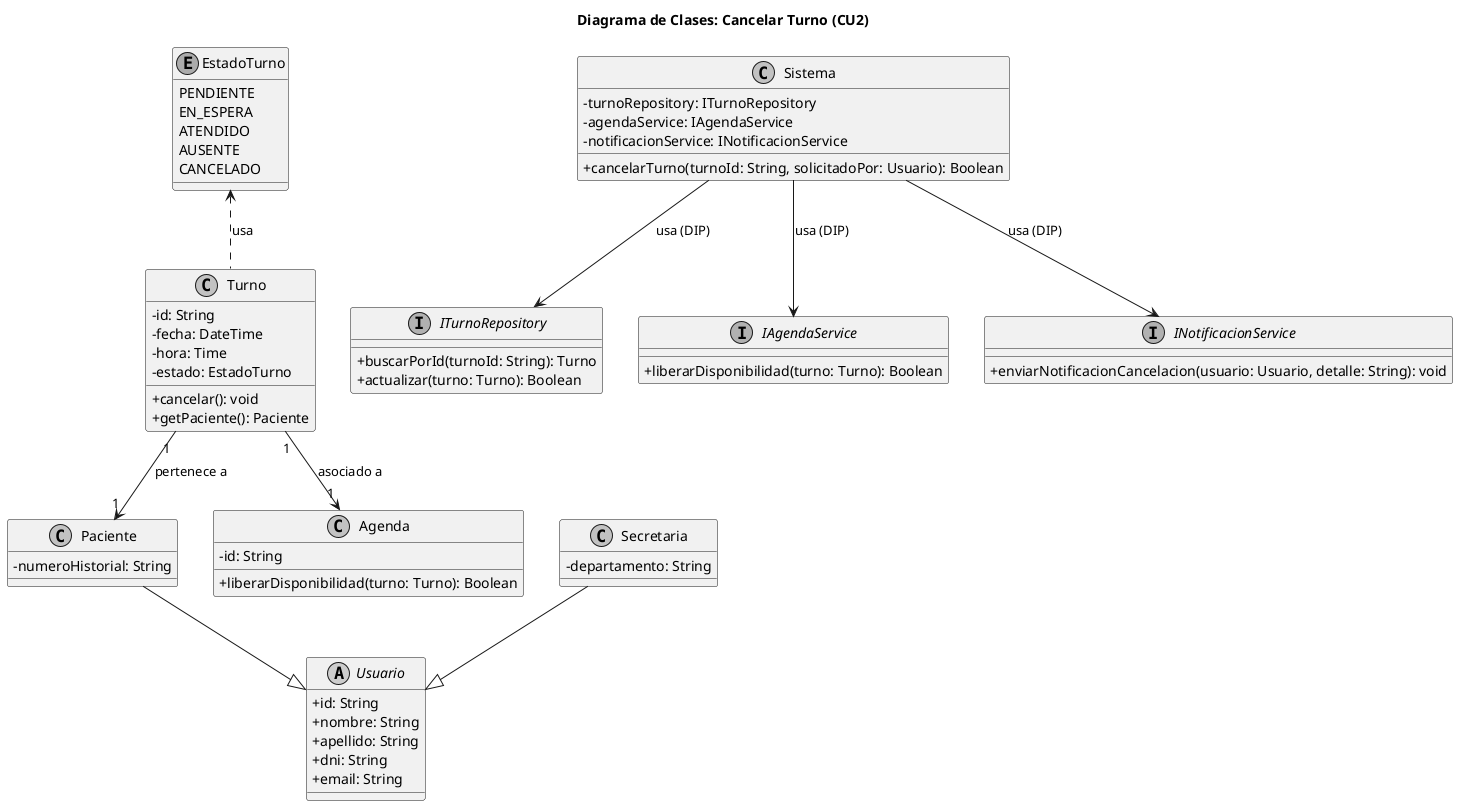
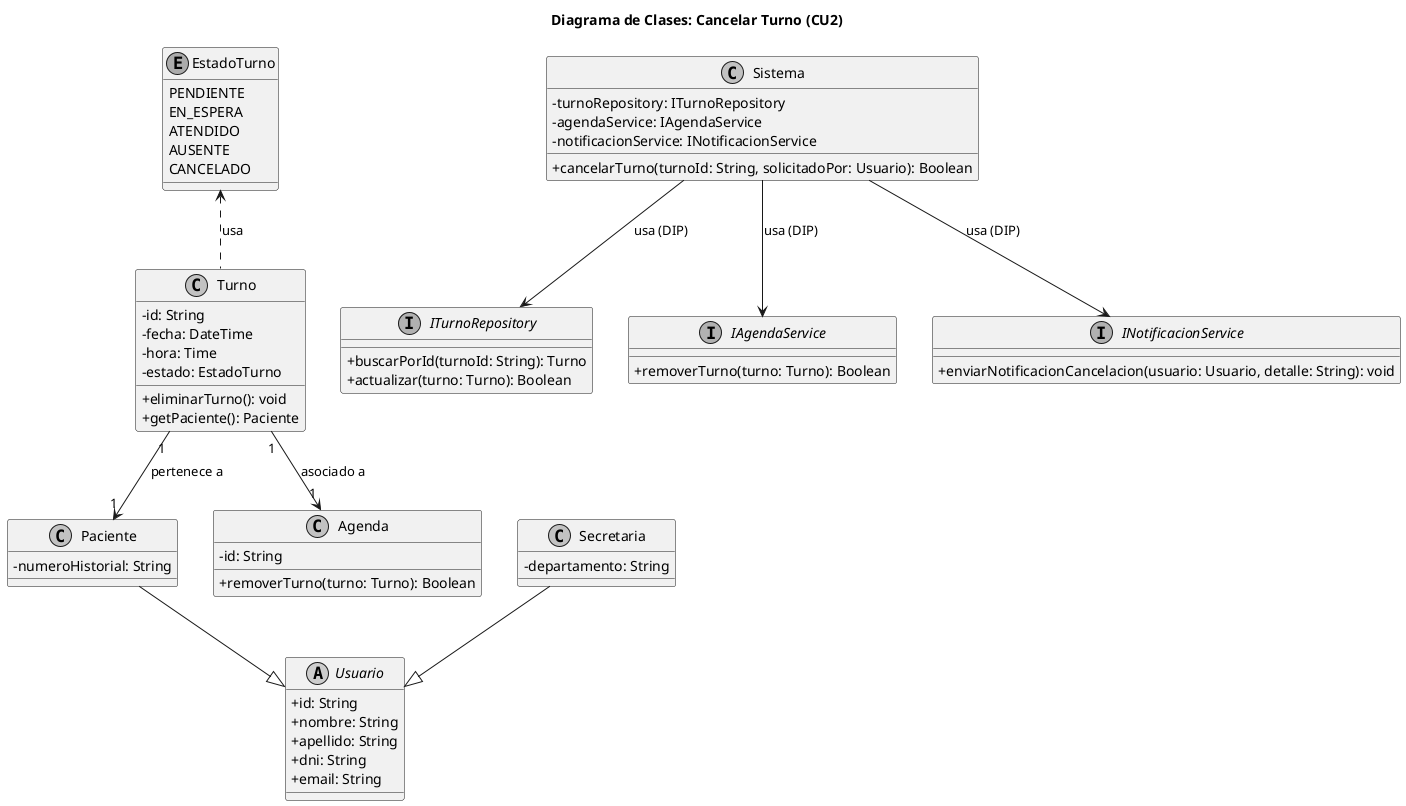
@startuml 02-clases-cancelar-turno-02
title Diagrama de Clases: Cancelar Turno (CU2)

skinparam classAttributeIconSize 0
skinparam monochrome true

abstract class Usuario {
    +id: String
    +nombre: String
    +apellido: String
    +dni: String
    +email: String
}

class Paciente {
    -numeroHistorial: String
}

class Secretaria {
    -departamento: String
}

class Turno {
    -id: String
    -fecha: DateTime
    -hora: Time
    -estado: EstadoTurno
-     +cancelar(): void
+     +eliminarTurno(): void
    +getPaciente(): Paciente
}

class Agenda {
    -id: String
-     +liberarDisponibilidad(turno: Turno): Boolean
+     +removerTurno(turno: Turno): Boolean
}

enum EstadoTurno {
    PENDIENTE
    EN_ESPERA
    ATENDIDO
    AUSENTE
    CANCELADO
}

interface ITurnoRepository {
    +buscarPorId(turnoId: String): Turno
    +actualizar(turno: Turno): Boolean
}

interface IAgendaService {
-     +liberarDisponibilidad(turno: Turno): Boolean
+     +removerTurno(turno: Turno): Boolean
}

interface INotificacionService {
    +enviarNotificacionCancelacion(usuario: Usuario, detalle: String): void
}

class Sistema {
    -turnoRepository: ITurnoRepository
    -agendaService: IAgendaService
    -notificacionService: INotificacionService
    +cancelarTurno(turnoId: String, solicitadoPor: Usuario): Boolean
}

Paciente --|> Usuario
Secretaria --|> Usuario
Turno "1" --> "1" Paciente : pertenece a
Turno "1" --> "1" Agenda : asociado a
Turno .up.> EstadoTurno : usa

Sistema --> ITurnoRepository : usa (DIP)
Sistema --> IAgendaService : usa (DIP)
Sistema --> INotificacionService : usa (DIP)

@enduml